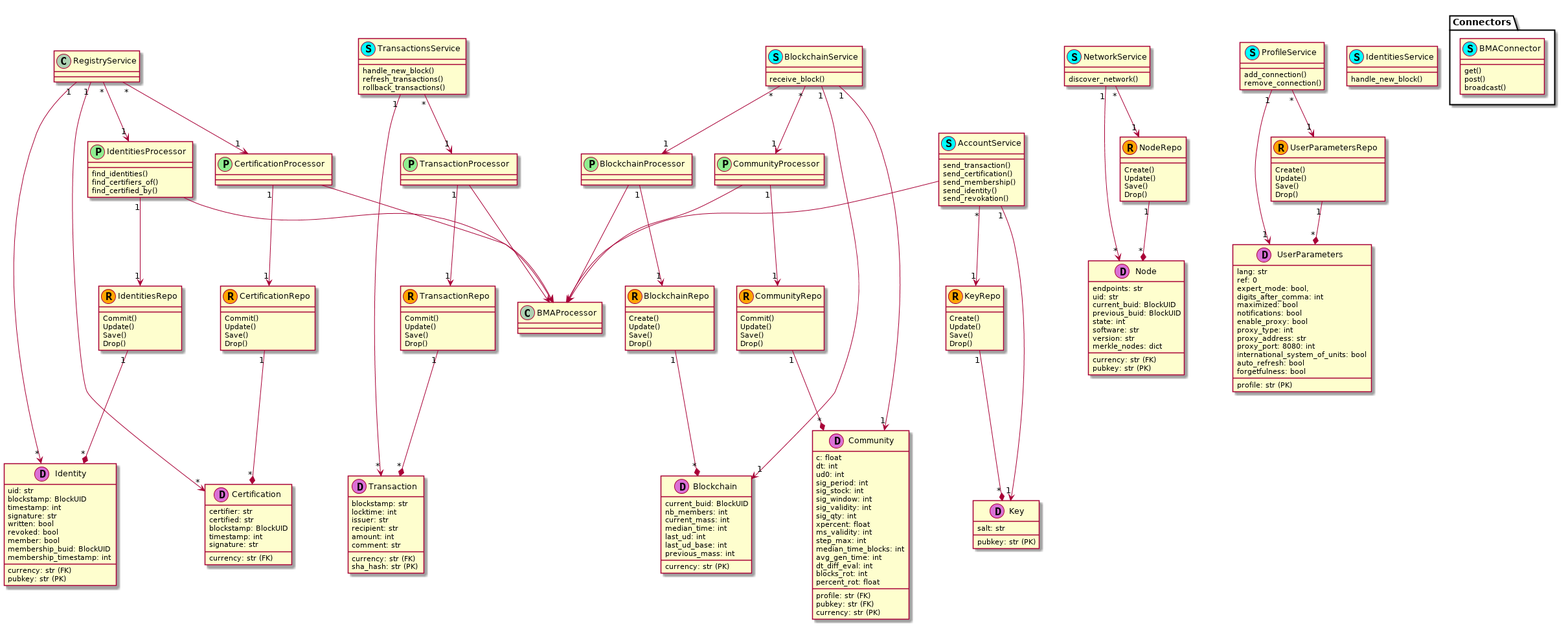
The PlantUML diagram doc/uml/backend.png in duniter/sakia, before a commit.
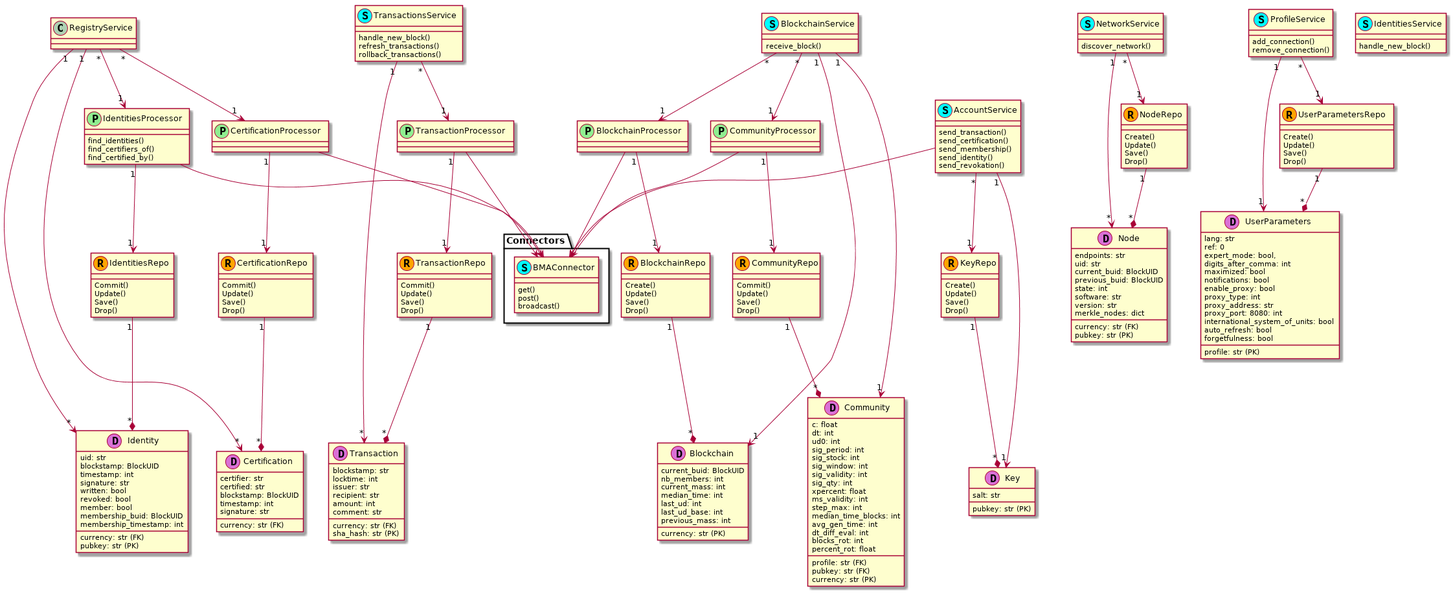
The same file after the commit.

What changed in the source:
```diff
@@ -263,11 +263,11 @@
     }
 }
 
-AccountService --> BMAProcessor
-BlockchainProcessor --> BMAProcessor
-CommunityProcessor --> BMAProcessor
-TransactionProcessor --> BMAProcessor
-IdentitiesProcessor --> BMAProcessor
-CertificationProcessor --> BMAProcessor
+AccountService --> BMAConnector
+BlockchainProcessor --> BMAConnector
+CommunityProcessor --> BMAConnector
+TransactionProcessor --> BMAConnector
+IdentitiesProcessor --> BMAConnector
+CertificationProcessor --> BMAConnector
 
 @enduml
```
